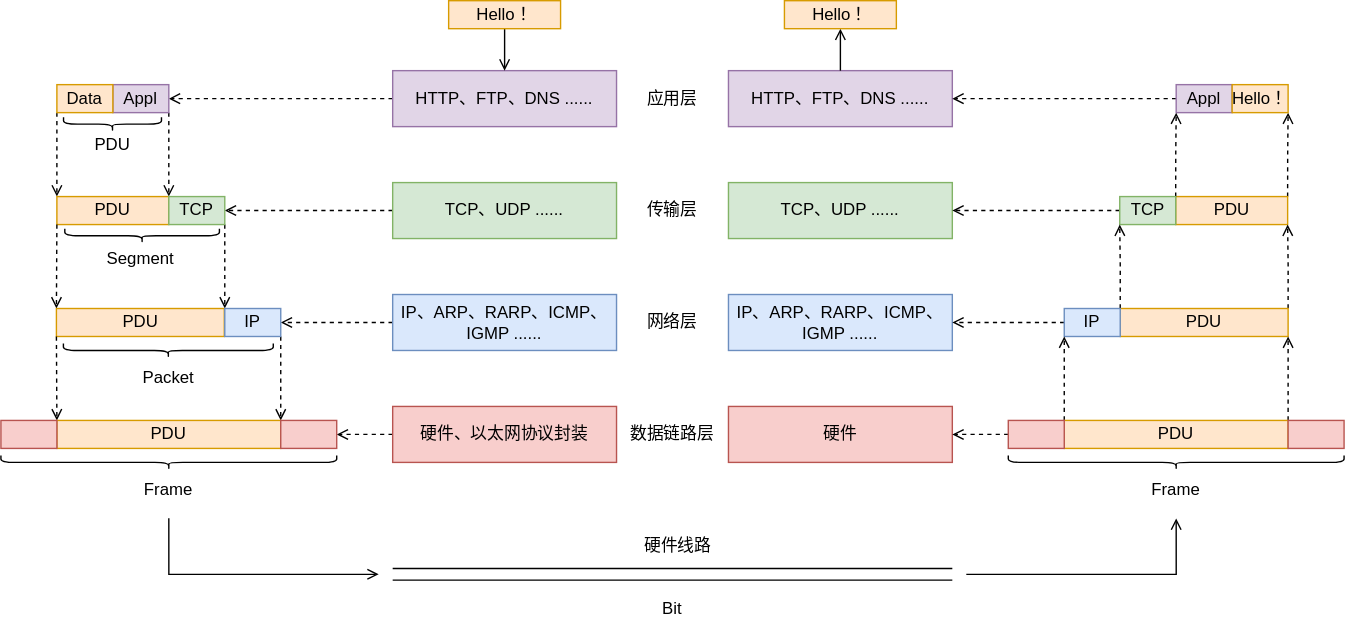
Zhangbokai614/draw keeps this draw.io diagram as Draw/TCP/IP.drawio.svg. Above is the earlier version. Source tidied: cells renumbered, new cells last; positions are measured from the earlier drawing's top-left corner, leaving out a move shared by most shapes.
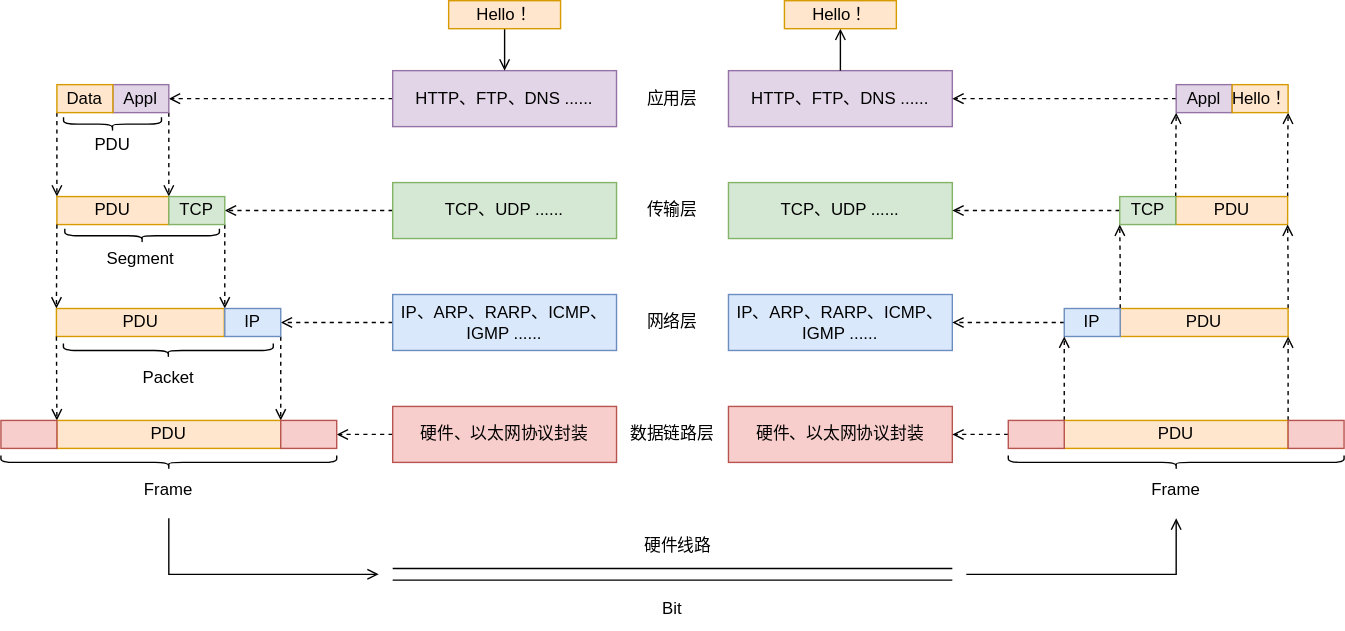
Above is the later version.

The edit, as a diff of the source:
```diff
@@ -101,7 +101,7 @@
     <mxCell id="32" value="IP、ARP、RARP、ICMP、IGMP ......" style="rounded=0;whiteSpace=wrap;html=1;fillColor=#dae8fc;strokeColor=#6c8ebf;" parent="1" vertex="1">
       <mxGeometry x="520" y="210" width="160" height="40" as="geometry" />
     </mxCell>
-    <mxCell id="33" value="硬件" style="rounded=0;whiteSpace=wrap;html=1;fillColor=#f8cecc;strokeColor=#b85450;" parent="1" vertex="1">
+    <mxCell id="33" value="硬件、以太网协议封装" style="rounded=0;whiteSpace=wrap;html=1;fillColor=#f8cecc;strokeColor=#b85450;" parent="1" vertex="1">
       <mxGeometry x="520" y="290" width="160" height="40" as="geometry" />
     </mxCell>
     <mxCell id="34" style="edgeStyle=orthogonalEdgeStyle;rounded=0;jettySize=auto;html=1;exitX=0.5;exitY=1;exitDx=0;exitDy=0;entryX=0.5;entryY=0;entryDx=0;entryDy=0;endArrow=open;endFill=0;" parent="1" edge="1" source="35" target="3">
```
